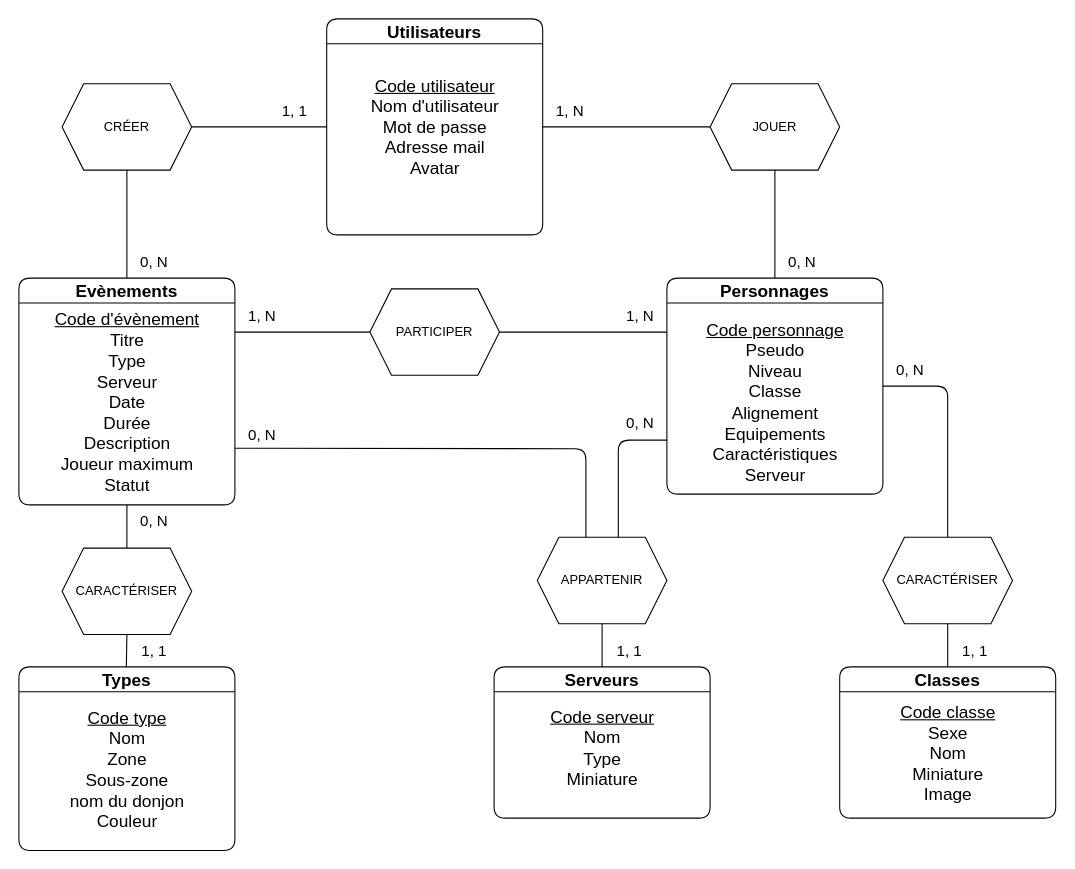
Earlier version of the draw.io diagram docs/database/MCD.drawio (AlexandreDejour/DofusGroup). Source tidied: cells renumbered, new cells numbered last; positions are measured from the earlier drawing's top-left corner, leaving out a move shared by most shapes. Both pictures are drawn from the tidied source at 108%, with x=0, y=0 at pixel (18, 18).
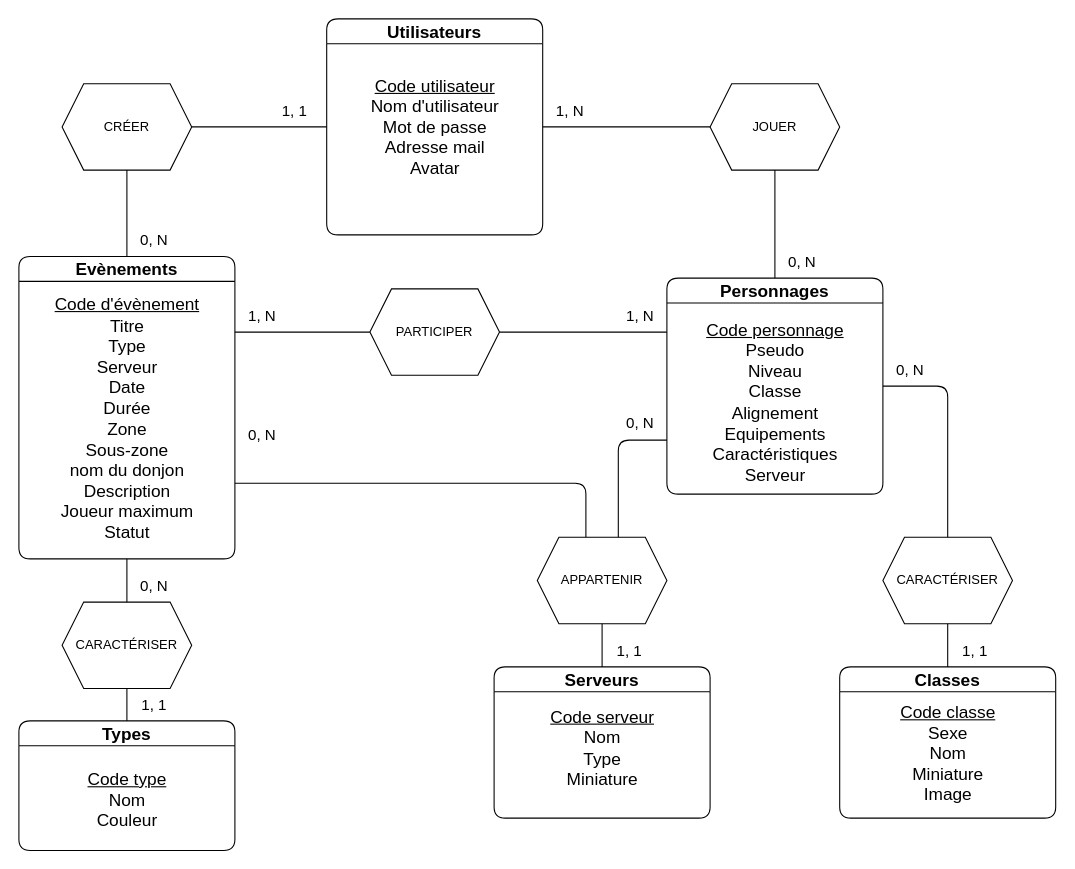
Above is the later version.

The change refers to these unchanged cells:
```xml
<mxCell id="14" value="APPARTENIR" style="shape=hexagon;perimeter=hexagonPerimeter2;whiteSpace=wrap;html=1;fixedSize=1;fillColor=none;" parent="1" vertex="1">
  <mxGeometry x="480" y="480" width="120" height="80" as="geometry" />
</mxCell>
```

Change to the diagram source:
```diff
@@
     <mxCell id="6" value="&lt;font style=&quot;font-size: 16px;&quot;&gt;Evènements&lt;/font&gt;" style="swimlane;whiteSpace=wrap;html=1;rounded=1;" parent="1" vertex="1">
-      <mxGeometry y="240" width="200" height="210" as="geometry" />
+      <mxGeometry y="220" width="200" height="280" as="geometry" />
     </mxCell>
-    <mxCell id="7" value="&lt;span style=&quot;font-size: 16px;&quot;&gt;&lt;u&gt;Code d'évènement&lt;/u&gt;&lt;/span&gt;&lt;div&gt;&lt;span style=&quot;font-size: 16px;&quot;&gt;Titre&lt;/span&gt;&lt;/div&gt;&lt;div&gt;&lt;span style=&quot;font-size: 16px;&quot;&gt;Type&lt;/span&gt;&lt;/div&gt;&lt;div&gt;&lt;span style=&quot;font-size: 16px;&quot;&gt;Serveur&lt;/span&gt;&lt;/div&gt;&lt;div&gt;&lt;span style=&quot;font-size: 16px;&quot;&gt;Date&lt;/span&gt;&lt;/div&gt;&lt;div&gt;&lt;span style=&quot;font-size: 16px;&quot;&gt;Durée&lt;/span&gt;&lt;/div&gt;&lt;div&gt;&lt;span style=&quot;font-size: 16px;&quot;&gt;Description&lt;/span&gt;&lt;/div&gt;&lt;div&gt;&lt;span style=&quot;font-size: 16px;&quot;&gt;Joueur maximum&lt;/span&gt;&lt;/div&gt;&lt;div&gt;&lt;span style=&quot;font-size: 16px;&quot;&gt;Statut&lt;/span&gt;&lt;/div&gt;" style="text;html=1;align=center;verticalAlign=middle;points=[];strokeColor=none;fillColor=none;" parent="6" vertex="1">
-      <mxGeometry x="20" y="20" width="160" height="190" as="geometry" />
+    <mxCell id="7" value="&lt;span style=&quot;font-size: 16px;&quot;&gt;&lt;u&gt;Code d'évènement&lt;/u&gt;&lt;/span&gt;&lt;div&gt;&lt;span style=&quot;font-size: 16px;&quot;&gt;Titre&lt;/span&gt;&lt;/div&gt;&lt;div&gt;&lt;span style=&quot;font-size: 16px;&quot;&gt;Type&lt;/span&gt;&lt;/div&gt;&lt;div&gt;&lt;span style=&quot;font-size: 16px;&quot;&gt;Serveur&lt;/span&gt;&lt;/div&gt;&lt;div&gt;&lt;span style=&quot;font-size: 16px;&quot;&gt;Date&lt;/span&gt;&lt;/div&gt;&lt;div&gt;&lt;span style=&quot;font-size: 16px;&quot;&gt;Durée&lt;/span&gt;&lt;/div&gt;&lt;div&gt;&lt;div&gt;&lt;span style=&quot;font-size: 16px;&quot;&gt;Zone&lt;/span&gt;&lt;/div&gt;&lt;div&gt;&lt;span style=&quot;font-size: 16px;&quot;&gt;Sous-zone&lt;/span&gt;&lt;/div&gt;&lt;div&gt;&lt;span style=&quot;font-size: 16px;&quot;&gt;nom du donjon&lt;/span&gt;&lt;/div&gt;&lt;/div&gt;&lt;div&gt;&lt;span style=&quot;font-size: 16px;&quot;&gt;Description&lt;/span&gt;&lt;/div&gt;&lt;div&gt;&lt;span style=&quot;font-size: 16px;&quot;&gt;Joueur maximum&lt;/span&gt;&lt;/div&gt;&lt;div&gt;&lt;span style=&quot;font-size: 16px;&quot;&gt;Statut&lt;/span&gt;&lt;/div&gt;" style="text;html=1;align=center;verticalAlign=middle;points=[];strokeColor=none;fillColor=none;" parent="6" vertex="1">
+      <mxGeometry x="20" y="30" width="160" height="240" as="geometry" />
     </mxCell>
     <mxCell id="8" value="&lt;font style=&quot;font-size: 16px;&quot;&gt;Types&lt;/font&gt;" style="swimlane;whiteSpace=wrap;html=1;rounded=1;" parent="1" vertex="1">
-      <mxGeometry y="600" width="200" height="170" as="geometry" />
+      <mxGeometry y="650" width="200" height="120" as="geometry" />
     </mxCell>
-    <mxCell id="9" value="&lt;span style=&quot;font-size: 16px;&quot;&gt;&lt;u&gt;Code type&lt;/u&gt;&lt;/span&gt;&lt;div&gt;&lt;span style=&quot;font-size: 16px; background-color: transparent;&quot;&gt;Nom&lt;/span&gt;&lt;/div&gt;&lt;div&gt;&lt;span style=&quot;font-size: 16px;&quot;&gt;Zone&lt;/span&gt;&lt;/div&gt;&lt;div&gt;&lt;span style=&quot;font-size: 16px;&quot;&gt;Sous-zone&lt;/span&gt;&lt;/div&gt;&lt;div&gt;&lt;span style=&quot;font-size: 16px;&quot;&gt;nom du donjon&lt;/span&gt;&lt;/div&gt;&lt;div&gt;&lt;span style=&quot;font-size: 16px; background-color: transparent;&quot;&gt;Couleur&lt;/span&gt;&lt;/div&gt;" style="text;html=1;align=center;verticalAlign=middle;strokeColor=none;fillColor=none;" parent="8" vertex="1">
-      <mxGeometry x="35" y="30" width="130" height="130" as="geometry" />
+    <mxCell id="9" value="&lt;span style=&quot;font-size: 16px;&quot;&gt;&lt;u&gt;Code type&lt;/u&gt;&lt;/span&gt;&lt;div&gt;&lt;span style=&quot;font-size: 16px; background-color: transparent;&quot;&gt;Nom&lt;/span&gt;&lt;/div&gt;&lt;div&gt;&lt;span style=&quot;background-color: transparent; font-size: 16px;&quot;&gt;Couleur&lt;/span&gt;&lt;/div&gt;" style="text;html=1;align=center;verticalAlign=middle;strokeColor=none;fillColor=none;" parent="8" vertex="1">
+      <mxGeometry x="50" y="38" width="100" height="70" as="geometry" />
     </mxCell>
@@
     <mxCell id="16" style="endArrow=none;html=1;exitX=1;exitY=0.75;exitDx=0;exitDy=0;entryX=0.375;entryY=0;entryDx=0;entryDy=0;" parent="1" edge="1" source="6" target="14">
       <mxGeometry relative="1" as="geometry">
         <Array as="points">
-          <mxPoint x="525" y="398" />
+          <mxPoint x="525" y="430" />
         </Array>
       </mxGeometry>
     </mxCell>
@@
     <mxCell id="21" value="CARACTÉRISER" style="shape=hexagon;perimeter=hexagonPerimeter2;whiteSpace=wrap;html=1;fixedSize=1;fillColor=none;" parent="1" vertex="1">
-      <mxGeometry x="40" y="490" width="120" height="80" as="geometry" />
+      <mxGeometry x="40" y="540" width="120" height="80" as="geometry" />
     </mxCell>
-    <mxCell id="22" style="endArrow=none;html=1;exitX=0.5;exitY=0;exitDx=0;exitDy=0;" parent="1" edge="1" source="21" target="7">
-      <mxGeometry relative="1" as="geometry" />
+    <mxCell id="22" style="endArrow=none;html=1;exitX=0.5;exitY=0;exitDx=0;exitDy=0;" parent="1" edge="1" source="21">
+      <mxGeometry relative="1" as="geometry">
+        <mxPoint x="100" y="500" as="targetPoint" />
+      </mxGeometry>
     </mxCell>
-    <mxCell id="23" style="endArrow=none;html=1;exitX=0.5;exitY=0;exitDx=0;exitDy=0;entryX=0.5;entryY=1;entryDx=0;entryDy=0;" parent="1" edge="1" target="21">
-      <mxGeometry relative="1" as="geometry">
-        <mxPoint x="99.5" y="600" as="sourcePoint" />
-      </mxGeometry>
+    <mxCell id="23" style="endArrow=none;html=1;entryX=0.5;entryY=1;entryDx=0;entryDy=0;" parent="1" edge="1" source="8" target="21">
+      <mxGeometry relative="1" as="geometry" />
     </mxCell>
@@
     <mxCell id="36" value="&lt;font style=&quot;font-size: 14px;&quot;&gt;0, N&lt;/font&gt;" style="text;html=1;align=center;verticalAlign=middle;strokeColor=none;fillColor=none;" parent="1" vertex="1">
-      <mxGeometry x="100" y="210" width="50" height="30" as="geometry" />
+      <mxGeometry x="100" y="190" width="50" height="30" as="geometry" />
     </mxCell>
@@
     <mxCell id="44" value="&lt;font style=&quot;font-size: 14px;&quot;&gt;1, 1&lt;/font&gt;" style="text;html=1;align=center;verticalAlign=middle;strokeColor=none;fillColor=none;" parent="1" vertex="1">
-      <mxGeometry x="100" y="570" width="50" height="30" as="geometry" />
+      <mxGeometry x="100" y="620" width="50" height="30" as="geometry" />
     </mxCell>
     <mxCell id="45" value="&lt;font style=&quot;font-size: 14px;&quot;&gt;0, N&lt;/font&gt;" style="text;html=1;align=center;verticalAlign=middle;strokeColor=none;fillColor=none;" parent="1" vertex="1">
-      <mxGeometry x="100" y="450" width="50" height="30" as="geometry" />
+      <mxGeometry x="100" y="510" width="50" height="30" as="geometry" />
     </mxCell>
```
